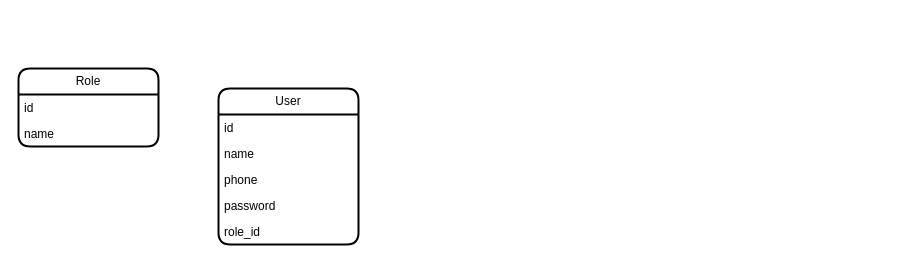
Earlier version of the draw.io diagram page "Страница — 4" (4 of 4) of Karsoft.drawio (iztileuoff/databases). Source tidied: cells renumbered, new cells numbered last; positions are measured from the earlier drawing's top-left corner, leaving out a move shared by most shapes. Both pictures are drawn from the tidied source at 100%, with x=0, y=0 at pixel (18, 68).
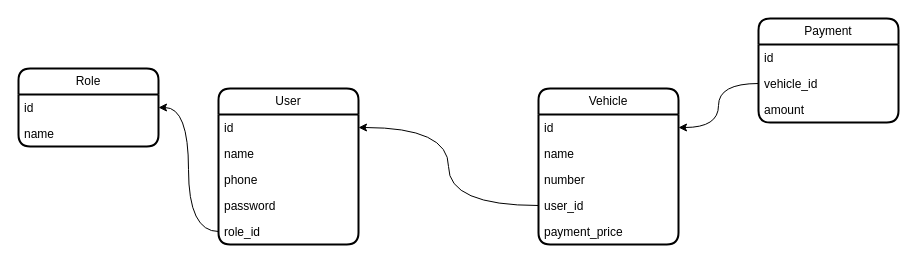
The same diagram, later.

Unchanged cells that the change refers to:
```xml
<mxCell id="3" value="id" style="text;strokeColor=none;fillColor=none;align=left;verticalAlign=top;spacingLeft=4;spacingRight=4;overflow=hidden;points=[[0,0.5],[1,0.5]];portConstraint=eastwest;whiteSpace=wrap;html=1;" parent="2" vertex="1">
  <mxGeometry y="26" width="140" height="26" as="geometry" />
</mxCell>
<mxCell id="7" value="role_id" style="text;strokeColor=none;fillColor=none;align=left;verticalAlign=top;spacingLeft=4;spacingRight=4;overflow=hidden;points=[[0,0.5],[1,0.5]];portConstraint=eastwest;whiteSpace=wrap;html=1;" parent="2" vertex="1">
  <mxGeometry y="130" width="140" height="26" as="geometry" />
</mxCell>
<mxCell id="9" value="id" style="text;strokeColor=none;fillColor=none;align=left;verticalAlign=top;spacingLeft=4;spacingRight=4;overflow=hidden;points=[[0,0.5],[1,0.5]];portConstraint=eastwest;whiteSpace=wrap;html=1;" parent="8" vertex="1">
  <mxGeometry y="26" width="140" height="26" as="geometry" />
</mxCell>
```

The edit, as a diff of the source:
```diff
@@
+    <mxCell id="11" value="Vehicle" style="swimlane;fontStyle=0;horizontal=1;startSize=26;fillColor=none;whiteSpace=wrap;html=1;rounded=1;shadow=0;glass=0;strokeWidth=2;" parent="1" vertex="1">
+      <mxGeometry x="520" y="20" width="140" height="156" as="geometry" />
+    </mxCell>
+    <mxCell id="12" value="id" style="text;strokeColor=none;fillColor=none;align=left;verticalAlign=top;spacingLeft=4;spacingRight=4;overflow=hidden;points=[[0,0.5],[1,0.5]];portConstraint=eastwest;whiteSpace=wrap;html=1;" parent="11" vertex="1">
+      <mxGeometry y="26" width="140" height="26" as="geometry" />
+    </mxCell>
+    <mxCell id="13" value="name" style="text;strokeColor=none;fillColor=none;align=left;verticalAlign=top;spacingLeft=4;spacingRight=4;overflow=hidden;whiteSpace=wrap;html=1;" parent="11" vertex="1">
+      <mxGeometry y="52" width="140" height="26" as="geometry" />
+    </mxCell>
+    <mxCell id="14" value="number" style="text;strokeColor=none;fillColor=none;align=left;verticalAlign=top;spacingLeft=4;spacingRight=4;overflow=hidden;whiteSpace=wrap;html=1;" parent="11" vertex="1">
+      <mxGeometry y="78" width="140" height="26" as="geometry" />
+    </mxCell>
+    <mxCell id="15" value="user_id" style="text;strokeColor=none;fillColor=none;align=left;verticalAlign=top;spacingLeft=4;spacingRight=4;overflow=hidden;points=[[0,0.5],[1,0.5]];portConstraint=eastwest;whiteSpace=wrap;html=1;" parent="11" vertex="1">
+      <mxGeometry y="104" width="140" height="26" as="geometry" />
+    </mxCell>
+    <mxCell id="16" value="payment_price" style="text;strokeColor=none;fillColor=none;align=left;verticalAlign=top;spacingLeft=4;spacingRight=4;overflow=hidden;whiteSpace=wrap;html=1;" parent="11" vertex="1">
+      <mxGeometry y="130" width="140" height="26" as="geometry" />
+    </mxCell>
+    <mxCell id="17" value="Payment" style="swimlane;fontStyle=0;horizontal=1;startSize=26;fillColor=none;whiteSpace=wrap;html=1;rounded=1;shadow=0;glass=0;strokeWidth=2;" parent="1" vertex="1">
+      <mxGeometry x="740" y="-50" width="140" height="104" as="geometry" />
+    </mxCell>
+    <mxCell id="18" value="id" style="text;strokeColor=none;fillColor=none;align=left;verticalAlign=top;spacingLeft=4;spacingRight=4;overflow=hidden;whiteSpace=wrap;html=1;" parent="17" vertex="1">
+      <mxGeometry y="26" width="140" height="26" as="geometry" />
+    </mxCell>
+    <mxCell id="19" value="vehicle_id" style="text;strokeColor=none;fillColor=none;align=left;verticalAlign=top;spacingLeft=4;spacingRight=4;overflow=hidden;points=[[0,0.5],[1,0.5]];portConstraint=eastwest;whiteSpace=wrap;html=1;" parent="17" vertex="1">
+      <mxGeometry y="52" width="140" height="26" as="geometry" />
+    </mxCell>
+    <mxCell id="20" value="amount" style="text;strokeColor=none;fillColor=none;align=left;verticalAlign=top;spacingLeft=4;spacingRight=4;overflow=hidden;whiteSpace=wrap;html=1;" parent="17" vertex="1">
+      <mxGeometry y="78" width="140" height="26" as="geometry" />
+    </mxCell>
+    <mxCell id="21" style="edgeStyle=orthogonalEdgeStyle;rounded=0;jettySize=auto;html=1;entryX=1;entryY=0.5;entryDx=0;entryDy=0;curved=1;" parent="1" edge="1" source="19" target="12">
+      <mxGeometry relative="1" as="geometry" />
+    </mxCell>
+    <mxCell id="22" style="edgeStyle=orthogonalEdgeStyle;rounded=0;jettySize=auto;html=1;entryX=1;entryY=0.5;entryDx=0;entryDy=0;curved=1;" parent="1" edge="1" source="15" target="3">
+      <mxGeometry relative="1" as="geometry" />
+    </mxCell>
+    <mxCell id="23" style="edgeStyle=orthogonalEdgeStyle;rounded=0;jettySize=auto;html=1;entryX=1;entryY=0.5;entryDx=0;entryDy=0;curved=1;" parent="1" edge="1" source="7" target="9">
+      <mxGeometry relative="1" as="geometry" />
+    </mxCell>
```
